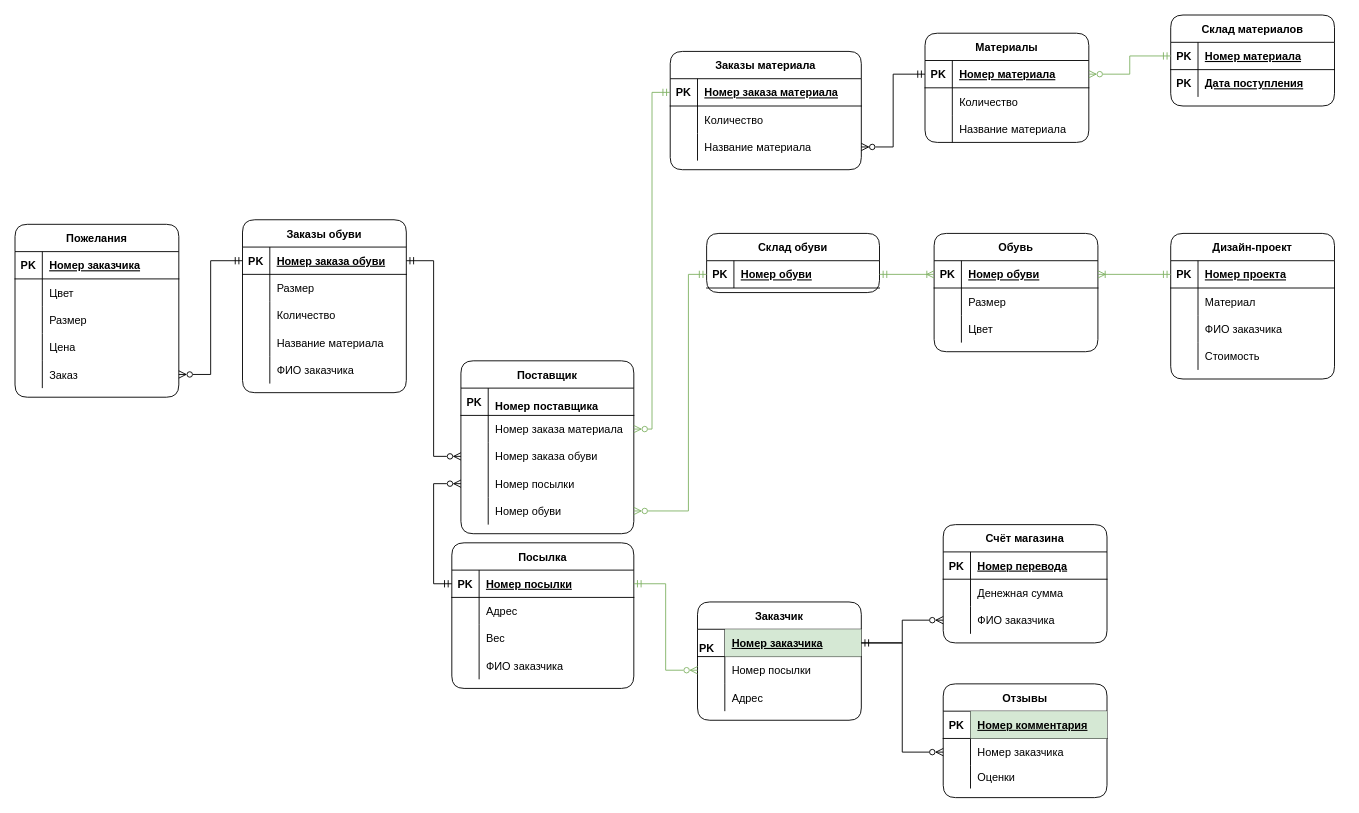
The draw.io diagram page "Page-1" (1 of 2) of Er.drawio in MorozovStanislav/Repozitory, before the edit. Source tidied: cells renumbered, new cells numbered last; positions are measured from the earlier drawing's top-left corner, leaving out a move shared by most shapes. Both pictures are drawn from the tidied source at 91%, with x=0, y=0 at pixel (15, 15).
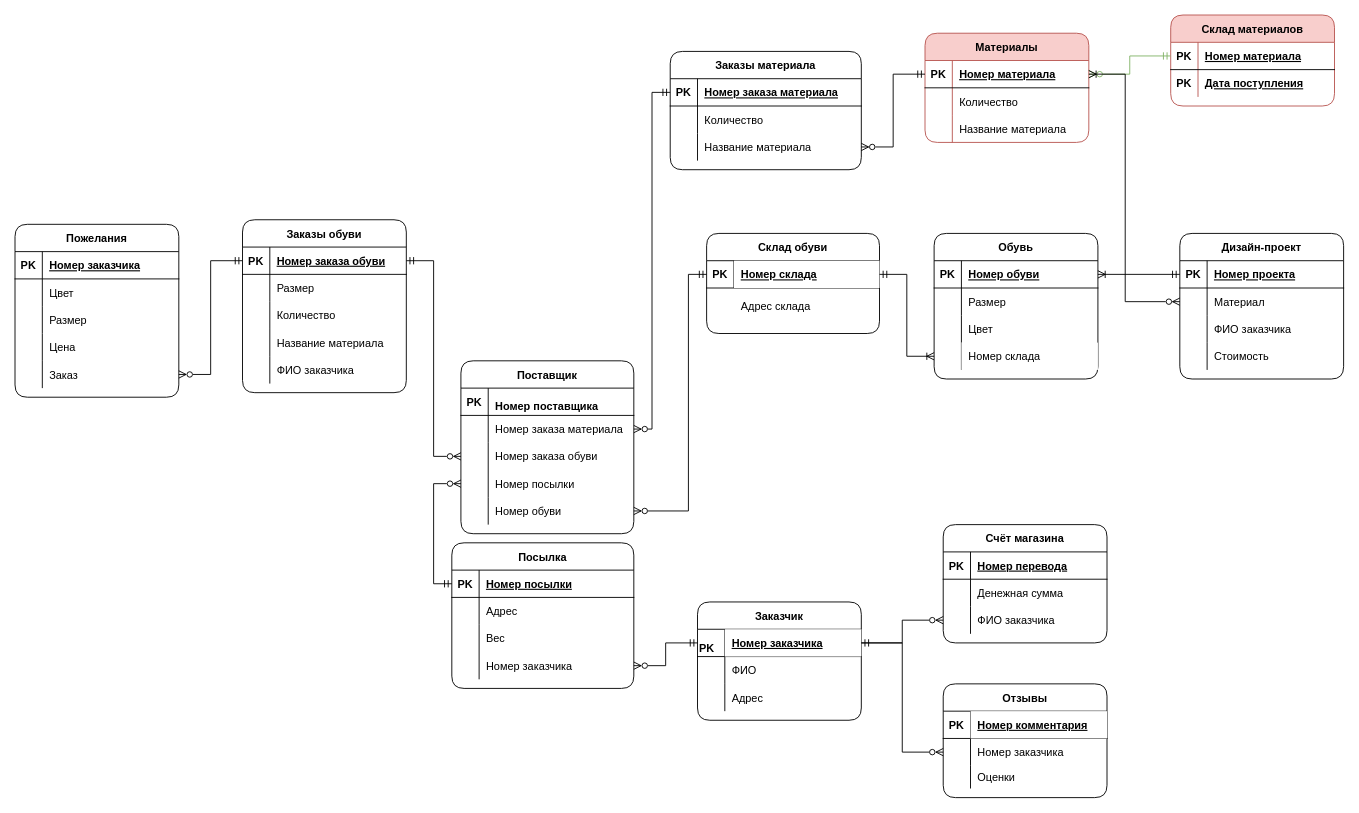
The same diagram, later.

Unchanged cells that the change refers to:
```xml
<mxCell id="19" style="shape=partialRectangle;fillColor=none;top=0;left=0;bottom=1;right=0;points=[[0,0.5],[1,0.5]];portConstraint=eastwest;" parent="18" vertex="1">
  <mxGeometry y="30" width="210" height="30" as="geometry" />
</mxCell>
<mxCell id="45" style="shape=partialRectangle;fillColor=none;top=0;left=0;bottom=1;right=0;points=[[0,0.5],[1,0.5]];portConstraint=eastwest;" parent="44" vertex="1">
  <mxGeometry y="30" width="180" height="30" as="geometry" />
</mxCell>
<mxCell id="61" style="shape=partialRectangle;fillColor=none;top=0;left=0;bottom=1;right=0;points=[[0,0.5],[1,0.5]];portConstraint=eastwest;" parent="60" vertex="1">
  <mxGeometry y="30" width="180" height="30" as="geometry" />
</mxCell>
<mxCell id="81" style="shape=partialRectangle;fillColor=none;top=0;left=0;bottom=1;right=0;points=[[0,0.5],[1,0.5]];portConstraint=eastwest;" parent="80" vertex="1">
  <mxGeometry y="30" width="190" height="30" as="geometry" />
</mxCell>
<mxCell id="85" style="shape=partialRectangle;fillColor=none;top=0;left=0;bottom=1;right=0;points=[[0,0.5],[1,0.5]];portConstraint=eastwest;" parent="84" vertex="1">
  <mxGeometry y="30" width="200" height="30" as="geometry" />
</mxCell>
<mxCell id="94" style="shape=partialRectangle;fillColor=none;top=0;left=0;bottom=0;right=0;points=[[0,0.5],[1,0.5]];portConstraint=eastwest;" parent="84" vertex="1">
  <mxGeometry y="120" width="200" height="30" as="geometry" />
</mxCell>
<mxCell id="101" style="shape=partialRectangle;fillColor=none;top=0;left=0;bottom=0;right=0;points=[[0,0.5],[1,0.5]];portConstraint=eastwest;rounded=1;sketch=0;" parent="97" vertex="1">
  <mxGeometry y="60" width="190" height="30" as="geometry" />
</mxCell>
<mxCell id="110" style="shape=partialRectangle;fillColor=none;top=0;left=0;bottom=0;right=0;points=[[0,0.5],[1,0.5]];portConstraint=eastwest;rounded=1;sketch=0;" parent="97" vertex="1">
  <mxGeometry y="150" width="190" height="30" as="geometry" />
</mxCell>
<mxCell id="118" style="shape=partialRectangle;fillColor=none;top=0;left=0;bottom=1;right=0;points=[[0,0.5],[1,0.5]];portConstraint=eastwest;rounded=1;sketch=0;align=left;verticalAlign=bottom;" parent="117" vertex="1">
  <mxGeometry y="30" width="180" height="30" as="geometry" />
</mxCell>
<mxCell id="133" style="shape=partialRectangle;fillColor=none;top=0;left=0;bottom=1;right=0;points=[[0,0.5],[1,0.5]];portConstraint=eastwest;" parent="132" vertex="1">
  <mxGeometry y="30" width="180" height="30" as="geometry" />
</mxCell>
<mxCell id="136" style="shape=partialRectangle;fillColor=none;top=0;left=0;bottom=0;right=0;points=[[0,0.5],[1,0.5]];portConstraint=eastwest;" parent="132" vertex="1">
  <mxGeometry y="60" width="180" height="30" as="geometry" />
</mxCell>
<mxCell id="153" style="shape=partialRectangle;fillColor=none;top=0;left=0;bottom=1;right=0;points=[[0,0.5],[1,0.5]];portConstraint=eastwest;rounded=1;" parent="152" vertex="1">
  <mxGeometry y="30" width="180" height="30" as="geometry" />
</mxCell>
```

What changed in the source:
```diff
@@
-    <mxCell id="44" value="Материалы" style="shape=table;startSize=30;childLayout=tableLayout;rowLines=0;fontStyle=1;align=center;rounded=1;" parent="1" vertex="1">
+    <mxCell id="44" value="Материалы" style="shape=table;startSize=30;childLayout=tableLayout;rowLines=0;fontStyle=1;align=center;rounded=1;fillColor=#f8cecc;strokeColor=#b85450;" parent="1" vertex="1">
       <mxGeometry x="1000" y="20" width="180" height="120" as="geometry" />
     </mxCell>
@@
-    <mxCell id="63" value="Номер комментария" style="shape=partialRectangle;fillColor=#d5e8d4;top=0;left=0;bottom=0;right=0;align=left;spacingLeft=6;fontStyle=5;overflow=hidden;strokeColor=#82b366;" parent="61" vertex="1">
+    <mxCell id="63" value="Номер комментария" style="shape=partialRectangle;top=0;left=0;bottom=0;right=0;align=left;spacingLeft=6;fontStyle=5;overflow=hidden;" parent="61" vertex="1">
       <mxGeometry x="30" width="150" height="30" as="geometry" />
     </mxCell>
@@
     <mxCell id="80" value="Склад обуви" style="shape=table;startSize=30;childLayout=tableLayout;rowLines=0;fontStyle=1;align=center;rounded=1;" parent="1" vertex="1">
-      <mxGeometry x="760" y="240" width="190" height="65" as="geometry" />
+      <mxGeometry x="760" y="240" width="190" height="110" as="geometry" />
     </mxCell>
@@
-    <mxCell id="83" value="Номер обуви" style="shape=partialRectangle;fillColor=none;top=0;left=0;bottom=0;right=0;align=left;spacingLeft=6;fontStyle=5;overflow=hidden;" parent="81" vertex="1">
+    <mxCell id="83" value="Номер склада" style="shape=partialRectangle;top=0;left=0;bottom=0;right=0;align=left;spacingLeft=6;fontStyle=5;overflow=hidden;" parent="81" vertex="1">
       <mxGeometry x="30" width="160" height="30" as="geometry" />
     </mxCell>
@@
-    <mxCell id="96" value="ФИО заказчика" style="shape=partialRectangle;fillColor=none;top=0;left=0;bottom=0;right=0;align=left;spacingLeft=6;overflow=hidden;" parent="94" vertex="1">
+    <mxCell id="96" value="Номер заказчика" style="shape=partialRectangle;fillColor=none;top=0;left=0;bottom=0;right=0;align=left;spacingLeft=6;overflow=hidden;" parent="94" vertex="1">
       <mxGeometry x="30" width="170" height="30" as="geometry" />
     </mxCell>
@@
-    <mxCell id="113" style="edgeStyle=orthogonalEdgeStyle;rounded=0;jettySize=auto;html=1;exitX=0;exitY=0.5;exitDx=0;exitDy=0;startArrow=ERmandOne;startFill=0;endArrow=ERzeroToMany;endFill=0;fillColor=#d5e8d4;strokeColor=#82b366;" parent="1" edge="1" source="81" target="110">
+    <mxCell id="113" style="edgeStyle=orthogonalEdgeStyle;rounded=0;jettySize=auto;html=1;exitX=0;exitY=0.5;exitDx=0;exitDy=0;startArrow=ERmandOne;startFill=0;endArrow=ERzeroToMany;endFill=0;" parent="1" edge="1" source="81" target="110">
       <mxGeometry relative="1" as="geometry">
         <Array as="points">
           <mxPoint x="740" y="285" />
           <mxPoint x="740" y="545" />
         </Array>
       </mxGeometry>
     </mxCell>
-    <mxCell id="114" style="edgeStyle=orthogonalEdgeStyle;rounded=0;jettySize=auto;html=1;startArrow=ERmandOne;startFill=0;endArrow=ERzeroToMany;endFill=0;fillColor=#d5e8d4;strokeColor=#82b366;" parent="1" edge="1" source="19" target="101">
+    <mxCell id="114" style="edgeStyle=orthogonalEdgeStyle;rounded=0;jettySize=auto;html=1;startArrow=ERmandOne;startFill=0;endArrow=ERzeroToMany;endFill=0;" parent="1" edge="1" source="19" target="101">
       <mxGeometry relative="1" as="geometry" />
     </mxCell>
@@
-    <mxCell id="117" value="Заказчик" style="shape=table;startSize=30;childLayout=tableLayout;rowLines=0;fontStyle=1;align=center;rounded=1;sketch=0;fillColor=default;gradientColor=none;" parent="1" vertex="1">
+    <mxCell id="117" value="Заказчик" style="shape=table;startSize=30;childLayout=tableLayout;rowLines=0;fontStyle=1;align=center;rounded=1;sketch=0;" parent="1" vertex="1">
       <mxGeometry x="750" y="645" width="180" height="130" as="geometry" />
     </mxCell>
@@
-    <mxCell id="120" value="Номер заказчика" style="shape=partialRectangle;fillColor=#d5e8d4;top=0;left=0;bottom=0;right=0;align=left;spacingLeft=6;fontStyle=5;overflow=hidden;rounded=1;sketch=0;strokeColor=#82b366;" parent="118" vertex="1">
+    <mxCell id="120" value="Номер заказчика" style="shape=partialRectangle;top=0;left=0;bottom=0;right=0;align=left;spacingLeft=6;fontStyle=5;overflow=hidden;rounded=1;sketch=0;" parent="118" vertex="1">
       <mxGeometry x="30" width="150" height="30" as="geometry" />
     </mxCell>
-    <mxCell id="121" style="shape=partialRectangle;fillColor=none;top=0;left=0;bottom=0;right=0;points=[[0,0.5],[1,0.5]];portConstraint=eastwest;rounded=1;sketch=0;align=left;verticalAlign=bottom;" parent="117" vertex="1">
-      <mxGeometry y="60" width="180" height="30" as="geometry" />
-    </mxCell>
-    <mxCell id="122" style="shape=partialRectangle;fillColor=none;top=0;left=0;bottom=0;right=0;overflow=hidden;rounded=1;sketch=0;align=left;verticalAlign=bottom;" parent="121" vertex="1">
-      <mxGeometry width="30" height="30" as="geometry" />
-    </mxCell>
-    <mxCell id="123" value="Номер посылки" style="shape=partialRectangle;fillColor=none;top=0;left=0;bottom=0;right=0;align=left;spacingLeft=6;overflow=hidden;rounded=1;sketch=0;" parent="121" vertex="1">
-      <mxGeometry x="30" width="150" height="30" as="geometry" />
-    </mxCell>
     <mxCell id="124" style="shape=partialRectangle;fillColor=none;top=0;left=0;bottom=0;right=0;rounded=1;sketch=0;align=left;verticalAlign=bottom;" parent="117" vertex="1">
-      <mxGeometry y="90" width="180" height="30" as="geometry" />
+      <mxGeometry y="60" width="180" height="30" as="geometry" />
     </mxCell>
@@
-    <mxCell id="126" value="Адрес" style="shape=partialRectangle;fillColor=none;top=0;left=0;bottom=0;right=0;align=left;spacingLeft=6;overflow=hidden;rounded=1;sketch=0;" parent="124" vertex="1">
+    <mxCell id="126" value="ФИО" style="shape=partialRectangle;fillColor=none;top=0;left=0;bottom=0;right=0;align=left;spacingLeft=6;overflow=hidden;rounded=1;sketch=0;" parent="124" vertex="1">
       <mxGeometry x="30" width="150" height="30" as="geometry" />
     </mxCell>
+    <mxCell id="167" style="shape=partialRectangle;fillColor=none;top=0;left=0;bottom=0;right=0;rounded=1;sketch=0;align=left;verticalAlign=bottom;" parent="117" vertex="1">
+      <mxGeometry y="90" width="180" height="30" as="geometry" />
+    </mxCell>
+    <mxCell id="122" style="shape=partialRectangle;fillColor=none;top=0;left=0;bottom=0;right=0;overflow=hidden;rounded=1;sketch=0;align=left;verticalAlign=bottom;" parent="167" vertex="1">
+      <mxGeometry width="30" height="30" as="geometry" />
+    </mxCell>
+    <mxCell id="168" value="Адрес" style="shape=partialRectangle;fillColor=none;top=0;left=0;bottom=0;right=0;align=left;spacingLeft=6;overflow=hidden;rounded=1;sketch=0;" parent="167" vertex="1">
+      <mxGeometry x="30" width="150" height="30" as="geometry" />
+    </mxCell>
@@
-    <mxCell id="129" style="edgeStyle=orthogonalEdgeStyle;rounded=0;jettySize=auto;html=1;entryX=0;entryY=0.5;entryDx=0;entryDy=0;startArrow=ERmandOne;startFill=0;endArrow=ERzeroToMany;endFill=0;fillColor=#d5e8d4;strokeColor=#82b366;" parent="1" edge="1" source="85" target="121">
-      <mxGeometry relative="1" as="geometry" />
-    </mxCell>
@@
     <mxCell id="132" value="Дизайн-проект" style="shape=table;startSize=30;childLayout=tableLayout;rowLines=0;fontStyle=1;align=center;rounded=1;" parent="1" vertex="1">
-      <mxGeometry x="1270" y="240" width="180" height="160" as="geometry" />
+      <mxGeometry x="1280" y="240" width="180" height="160" as="geometry" />
     </mxCell>
@@
-    <mxCell id="145" value="Склад материалов" style="shape=table;startSize=30;childLayout=tableLayout;rowLines=0;fontStyle=1;align=center;rounded=1;" parent="1" vertex="1">
+    <mxCell id="145" value="Склад материалов" style="shape=table;startSize=30;childLayout=tableLayout;rowLines=0;fontStyle=1;align=center;rounded=1;fillColor=#f8cecc;strokeColor=#b85450;" parent="1" vertex="1">
       <mxGeometry x="1270" width="180" height="100" as="geometry" />
     </mxCell>
@@
     <mxCell id="152" value="Обувь" style="shape=table;startSize=30;childLayout=tableLayout;rowLines=0;fontStyle=1;align=center;rounded=1;" parent="1" vertex="1">
-      <mxGeometry x="1010" y="240" width="180" height="130" as="geometry" />
+      <mxGeometry x="1010" y="240" width="180" height="160" as="geometry" />
     </mxCell>
@@
+    <mxCell id="169" style="shape=partialRectangle;fillColor=none;top=0;left=0;bottom=0;right=0;points=[[0,0.5],[1,0.5]];portConstraint=eastwest;rounded=1;" parent="152" vertex="1">
+      <mxGeometry y="120" width="180" height="30" as="geometry" />
+    </mxCell>
+    <mxCell id="170" style="shape=partialRectangle;fillColor=none;top=0;left=0;bottom=0;right=0;overflow=hidden;rounded=1;" parent="169" vertex="1">
+      <mxGeometry width="30" height="30" as="geometry" />
+    </mxCell>
+    <mxCell id="171" value="Номер склада" style="shape=partialRectangle;top=0;left=0;bottom=0;right=0;align=left;spacingLeft=6;overflow=hidden;rounded=1;" parent="169" vertex="1">
+      <mxGeometry x="30" width="150" height="30" as="geometry" />
+    </mxCell>
@@
-    <mxCell id="165" style="edgeStyle=orthogonalEdgeStyle;rounded=0;jettySize=auto;html=1;fontColor=#000000;startArrow=ERoneToMany;startFill=0;endArrow=ERmandOne;endFill=0;fillColor=#d5e8d4;strokeColor=#82b366;" parent="1" edge="1" source="153" target="81">
+    <mxCell id="165" style="edgeStyle=orthogonalEdgeStyle;rounded=0;jettySize=auto;html=1;fontColor=#000000;startArrow=ERoneToMany;startFill=0;endArrow=ERmandOne;endFill=0;" parent="1" edge="1" source="169" target="81">
       <mxGeometry relative="1" as="geometry" />
     </mxCell>
-    <mxCell id="166" style="edgeStyle=orthogonalEdgeStyle;rounded=0;jettySize=auto;html=1;fontColor=#000000;startArrow=ERoneToMany;startFill=0;endArrow=ERmandOne;endFill=0;fillColor=#d5e8d4;strokeColor=#82b366;" parent="1" edge="1" source="153" target="133">
+    <mxCell id="166" style="edgeStyle=orthogonalEdgeStyle;rounded=0;jettySize=auto;html=1;fontColor=#000000;startArrow=ERoneToMany;startFill=0;endArrow=ERmandOne;endFill=0;" parent="1" edge="1" source="153" target="133">
       <mxGeometry relative="1" as="geometry" />
     </mxCell>
+    <mxCell id="129" style="edgeStyle=orthogonalEdgeStyle;rounded=0;jettySize=auto;html=1;startArrow=ERmandOne;startFill=0;endArrow=ERzeroToMany;endFill=0;" parent="1" edge="1" source="118" target="94">
+      <mxGeometry relative="1" as="geometry" />
+    </mxCell>
+    <mxCell id="172" value="Адрес склада" style="shape=partialRectangle;fillColor=none;top=0;left=0;bottom=0;right=0;align=left;spacingLeft=6;overflow=hidden;rounded=1;" parent="1" vertex="1">
+      <mxGeometry x="790" y="305" width="150" height="30" as="geometry" />
+    </mxCell>
+    <mxCell id="173" style="edgeStyle=orthogonalEdgeStyle;rounded=0;jettySize=auto;html=1;entryX=0;entryY=0.5;entryDx=0;entryDy=0;startArrow=ERoneToMany;startFill=0;endArrow=ERzeroToMany;endFill=0;" parent="1" edge="1" source="45" target="136">
+      <mxGeometry relative="1" as="geometry">
+        <Array as="points">
+          <mxPoint x="1220" y="65" />
+          <mxPoint x="1220" y="315" />
+        </Array>
+      </mxGeometry>
+    </mxCell>
```
